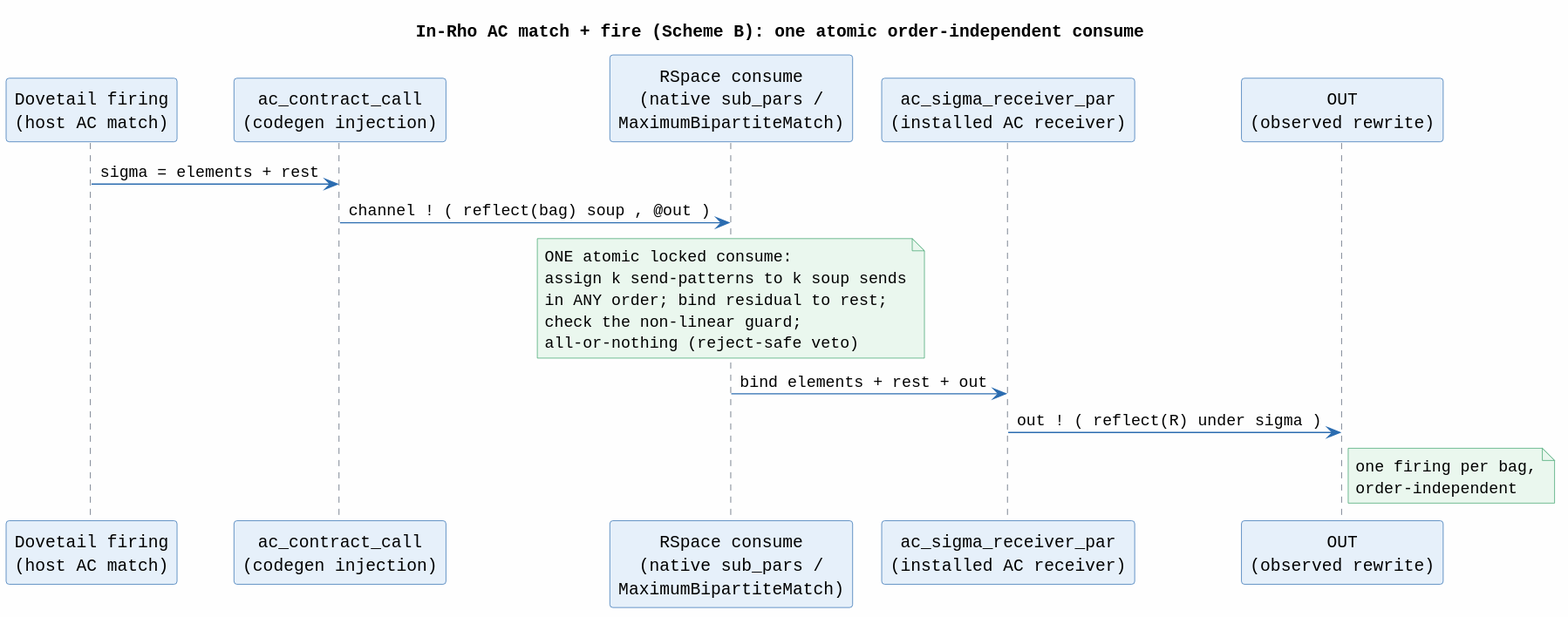
Above: docs/architecture/rho-native-integration/figures/18-in-rho-ac-match-fire.svg in F1R3FLY-io/mettail-rust (PlantUML), before the change. The source it was exported from:
```plantuml
@startuml
title In-Rho AC match + fire (Scheme B): one atomic order-independent consume
skinparam backgroundColor #FEFEFE
skinparam defaultFontName monospaced
skinparam sequenceArrowColor #2B6CB0
skinparam sequenceLifeLineBorderColor #4A5568
skinparam participantBackgroundColor #E6F0FA
skinparam participantBorderColor #2B6CB0
skinparam noteBackgroundColor #EAF7EE
skinparam noteBorderColor #38A169

participant "Dovetail firing\n(host AC match)" as DV
participant "ac_contract_call\n(codegen injection)" as INJ
participant "RSpace consume\n(native sub_pars /\nMaximumBipartiteMatch)" as RS
participant "ac_sigma_receiver_par\n(installed AC receiver)" as RCV
participant "OUT\n(observed rewrite)" as OUT

DV -> INJ : sigma = elements + rest
INJ -> RS : channel ! ( reflect(bag) soup , @out )
note over RS
  ONE atomic locked consume:
  assign k send-patterns to k soup sends
  in ANY order; bind residual to rest;
  check the non-linear guard;
  all-or-nothing (reject-safe veto)
end note
RS -> RCV : bind elements + rest + out
RCV -> OUT : out ! ( reflect(R) under sigma )
note right of OUT
  one firing per bag,
  order-independent
end note
@enduml
```
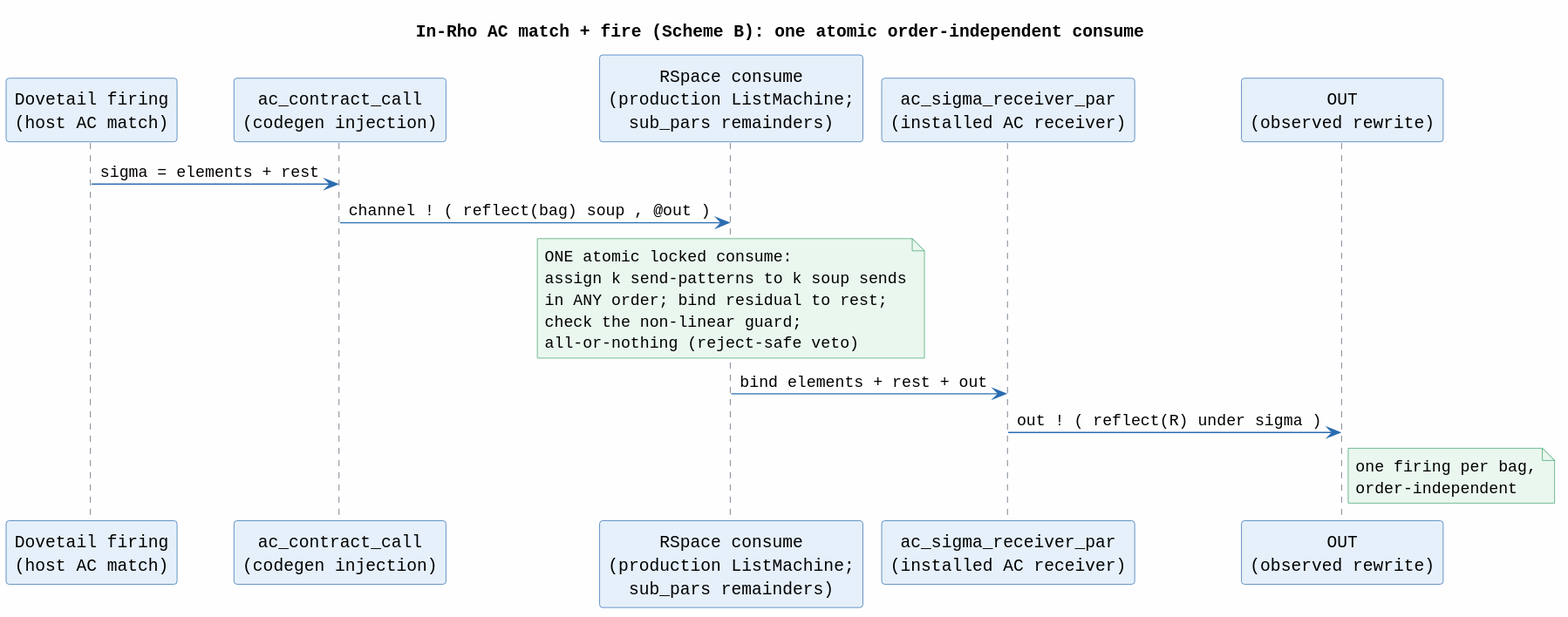
Above is the later version.

The edit, as a diff of the source:
```diff
@@ -11,7 +11,7 @@
 
 participant "Dovetail firing\n(host AC match)" as DV
 participant "ac_contract_call\n(codegen injection)" as INJ
-participant "RSpace consume\n(native sub_pars /\nMaximumBipartiteMatch)" as RS
+participant "RSpace consume\n(production ListMachine;\nsub_pars remainders)" as RS
 participant "ac_sigma_receiver_par\n(installed AC receiver)" as RCV
 participant "OUT\n(observed rewrite)" as OUT
 
```
